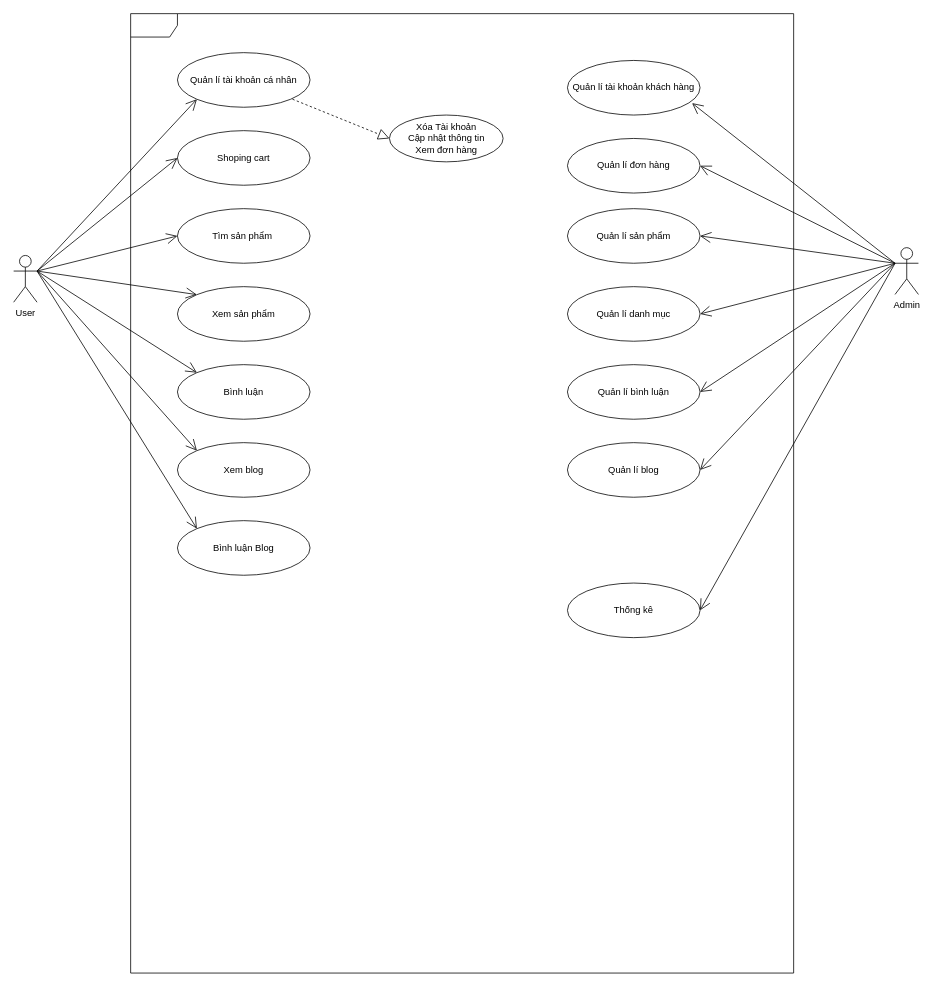
Earlier version of the draw.io diagram page "UseCases" (3 of 3) of .vscode/LEGOUS_DIAGRAM.drawio (thanh8724/Legous). Source tidied: cells renumbered, new cells numbered last; positions are measured from the earlier drawing's top-left corner, leaving out a move shared by most shapes. Both pictures are drawn from the tidied source at 78%, with x=0, y=0 at pixel (13, 13).
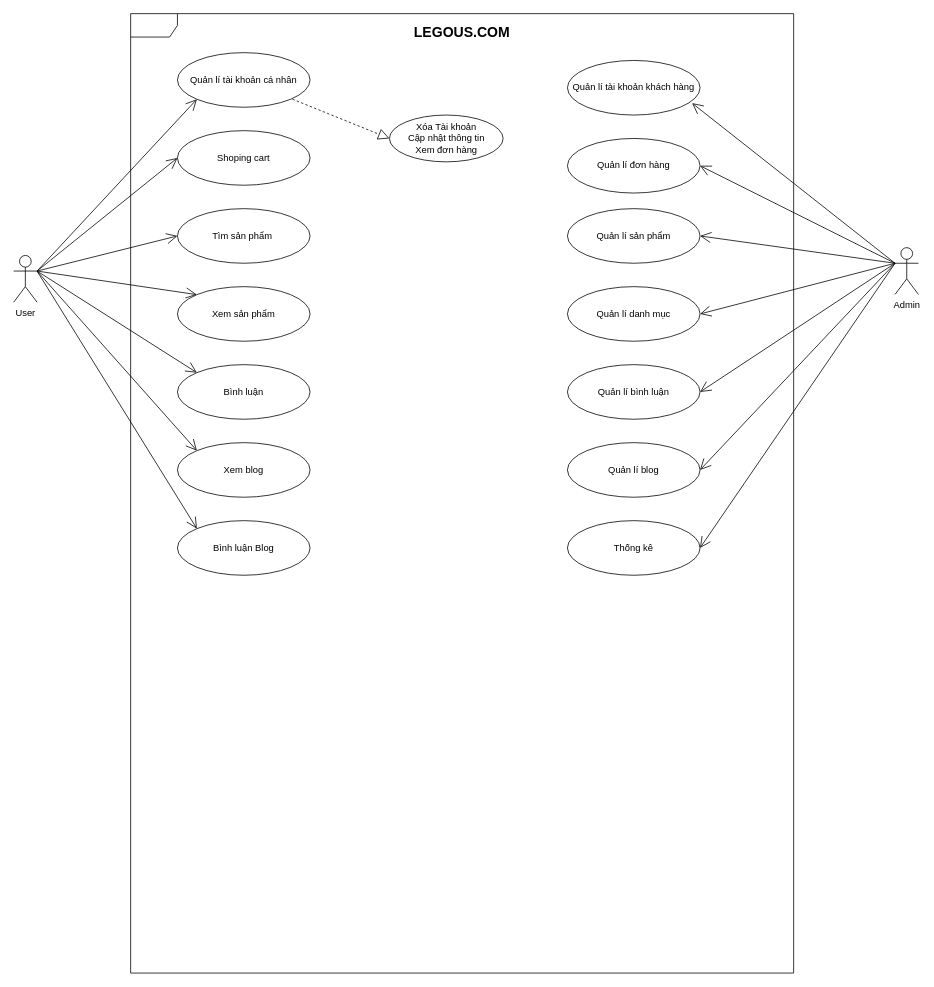
The same diagram, later.

Diff of the diagram source:
```diff
@@
     <mxCell id="33" value="Thống kê" style="ellipse;whiteSpace=wrap;html=1;" parent="1" vertex="1">
-      <mxGeometry x="710" y="730" width="170" height="70" as="geometry" />
+      <mxGeometry x="710" y="650" width="170" height="70" as="geometry" />
     </mxCell>
@@
+    <mxCell id="35" value="&lt;font style=&quot;font-size: 18px;&quot;&gt;&lt;b&gt;LEGOUS.COM&lt;/b&gt;&lt;/font&gt;" style="text;html=1;strokeColor=none;fillColor=none;align=center;verticalAlign=middle;whiteSpace=wrap;rounded=0;" parent="1" vertex="1">
+      <mxGeometry x="150" y="10" width="850" height="30" as="geometry" />
+    </mxCell>
```
